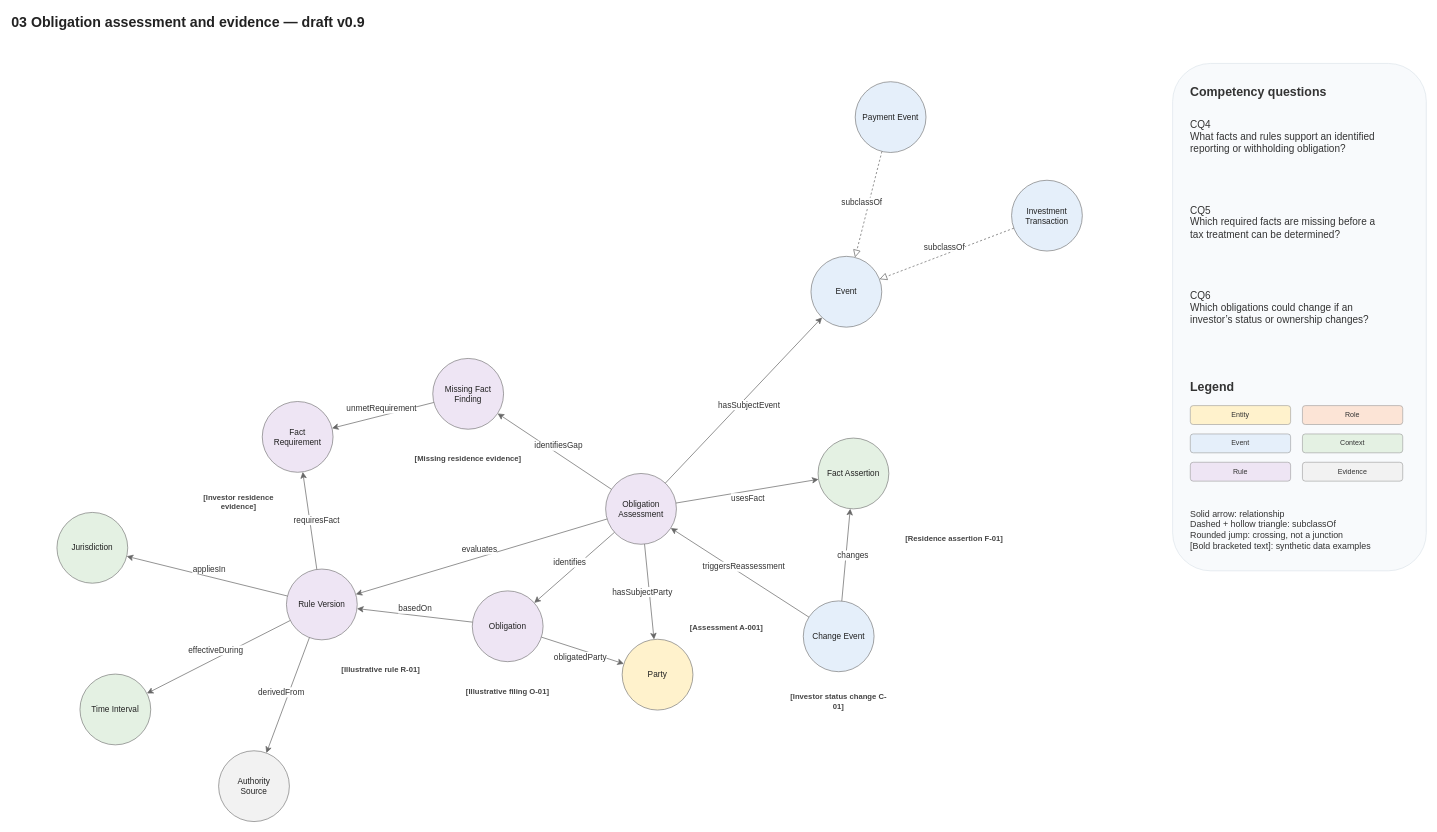
Earlier version of the draw.io diagram page "03 Obligation assessment and evidence" (4 of 6) of model/xb-pei-model.drawio (ssfd7/cross-border-pei). Source tidied: cells renumbered, new cells numbered last; positions are measured from the earlier drawing's top-left corner, leaving out a move shared by most shapes. Both pictures are drawn from the tidied source at 59%, with x=0, y=0 at pixel (10, 10).
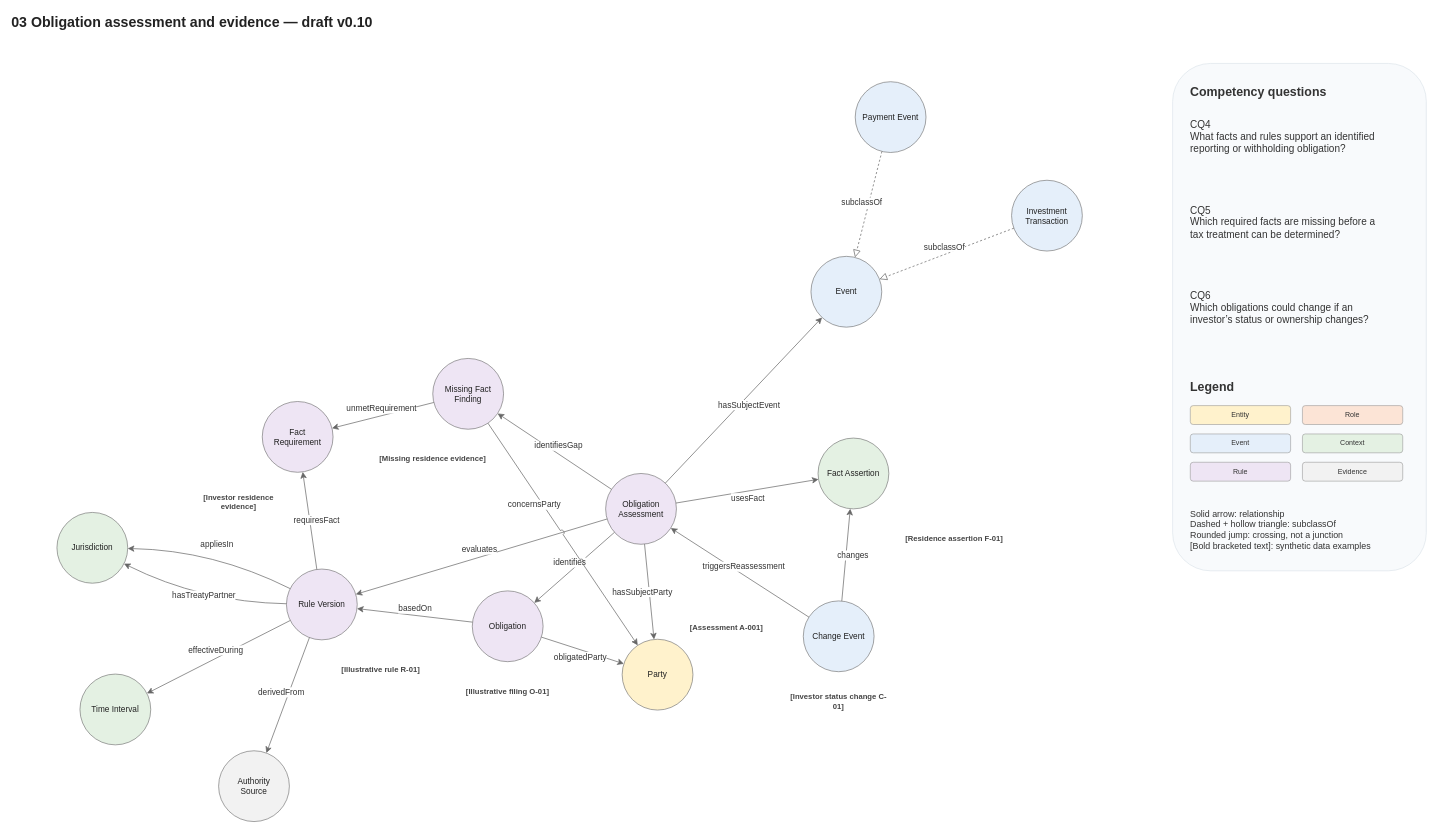
The same diagram, later.

The change refers to these unchanged cells:
```xml
<mxCell id="4" value="Rule Version" style="shape=ellipse;perimeter=ellipsePerimeter;whiteSpace=wrap;html=0;fillColor=#EEE5F4;strokeColor=#666666;strokeWidth=1;fontSize=14;fontColor=#222222;spacing=8;" parent="1" vertex="1">
  <mxGeometry x="468" y="947" width="120" height="120" as="geometry" />
</mxCell>
<mxCell id="6" value="Jurisdiction" style="shape=ellipse;perimeter=ellipsePerimeter;whiteSpace=wrap;html=0;fillColor=#E4F1E3;strokeColor=#666666;strokeWidth=1;fontSize=14;fontColor=#222222;spacing=8;" parent="1" vertex="1">
  <mxGeometry x="79" y="851" width="120" height="120" as="geometry" />
</mxCell>
<mxCell id="10" value="Party" style="shape=ellipse;perimeter=ellipsePerimeter;whiteSpace=wrap;html=0;fillColor=#FFF2CC;strokeColor=#666666;strokeWidth=1;fontSize=14;fontColor=#222222;spacing=8;" parent="1" vertex="1">
  <mxGeometry x="1037" y="1066" width="120" height="120" as="geometry" />
</mxCell>
<mxCell id="12" value="Missing Fact&#10;Finding" style="shape=ellipse;perimeter=ellipsePerimeter;whiteSpace=wrap;html=0;fillColor=#EEE5F4;strokeColor=#666666;strokeWidth=1;fontSize=14;fontColor=#222222;spacing=8;" parent="1" vertex="1">
  <mxGeometry x="716" y="590" width="120" height="120" as="geometry" />
</mxCell>
```

Change to the diagram source:
```diff
@@
-    <mxCell id="2" value="03 Obligation assessment and evidence — draft v0.9" style="shape=label;fillColor=none;strokeColor=none;html=1;align=left;fontSize=24;fontStyle=1;fontColor=#222222;" parent="1" vertex="1">
+    <mxCell id="2" value="03 Obligation assessment and evidence — draft v0.10" style="shape=label;fillColor=none;strokeColor=none;html=1;align=left;fontSize=24;fontStyle=1;fontColor=#222222;" parent="1" vertex="1">
       <mxGeometry width="1700" height="40" as="geometry" />
     </mxCell>
@@
-    <mxCell id="17" value="appliesIn" style="edgeStyle=none;html=1;rounded=0;strokeColor=#666666;strokeWidth=1.2;fontSize=14;fontColor=#333333;labelBackgroundColor=#FFFFFF;endArrow=classic;endSize=8;curved=0;jumpStyle=arc;jumpSize=8;" parent="1" edge="1" source="4" target="6">
-      <mxGeometry y="-12" relative="1" as="geometry" />
+    <mxCell id="17" value="appliesIn" style="edgeStyle=none;html=1;rounded=0;strokeColor=#666666;strokeWidth=1.2;fontSize=14;fontColor=#333333;labelBackgroundColor=#FFFFFF;endArrow=classic;endSize=8;curved=1;jumpStyle=arc;jumpSize=8;" parent="1" edge="1" source="4" target="6">
+      <mxGeometry y="-12" relative="1" as="geometry">
+        <Array as="points">
+          <mxPoint x="344" y="915" />
+        </Array>
+      </mxGeometry>
     </mxCell>
@@
     <mxCell id="40" value="[Missing residence evidence]" style="shape=label;html=0;whiteSpace=wrap;fillColor=none;strokeColor=none;fontSize=13;fontStyle=1;fontColor=#444444;align=center;verticalAlign=middle;spacing=0;" parent="1" vertex="1">
-      <mxGeometry x="686" y="728" width="180" height="64" as="geometry" />
+      <mxGeometry x="626" y="728" width="180" height="64" as="geometry" />
     </mxCell>
@@
+    <mxCell id="54" value="hasTreatyPartner" style="edgeStyle=none;html=1;rounded=0;strokeColor=#666666;strokeWidth=1.2;fontSize=14;fontColor=#333333;labelBackgroundColor=#FFFFFF;endArrow=classic;endSize=8;curved=1;jumpStyle=arc;jumpSize=8;" parent="1" edge="1" source="4" target="6">
+      <mxGeometry y="-12" relative="1" as="geometry">
+        <Array as="points">
+          <mxPoint x="323" y="1003" />
+        </Array>
+      </mxGeometry>
+    </mxCell>
+    <mxCell id="55" value="concernsParty" style="edgeStyle=none;html=1;rounded=0;strokeColor=#666666;strokeWidth=1.2;fontSize=14;fontColor=#333333;labelBackgroundColor=#FFFFFF;endArrow=classic;endSize=8;curved=0;jumpStyle=arc;jumpSize=8;" parent="1" edge="1" source="12" target="10">
+      <mxGeometry x="-0.3" y="-12" relative="1" as="geometry" />
+    </mxCell>
```
